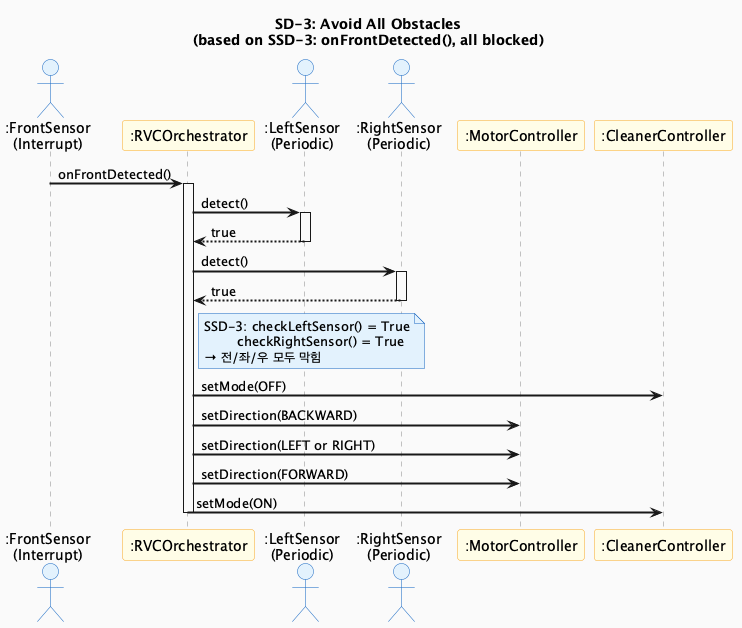
Earlier version of the PlantUML export docs/vibe-coding/03-ood/images/SD3_AvoidAllObstacles.png (OOP-konkuk/CICD-Team7).
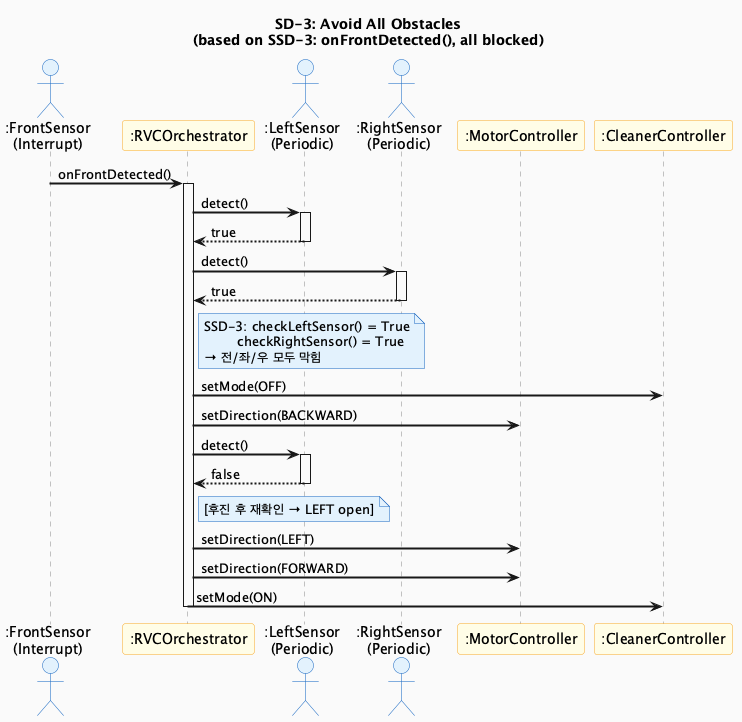
Later version of the same file.

The edit, as a diff of the source:
```diff
@@ -35,7 +35,12 @@
 end note
 Orch -> Cleaner : setMode(OFF)
 Orch -> Motor : setDirection(BACKWARD)
-Orch -> Motor : setDirection(LEFT or RIGHT)
+Orch -> LS : detect()
+activate LS
+LS --> Orch : false
+deactivate LS
+note right of Orch : [후진 후 재확인 → LEFT open]
+Orch -> Motor : setDirection(LEFT)
 Orch -> Motor : setDirection(FORWARD)
 Orch -> Cleaner : setMode(ON)
 deactivate Orch
```
